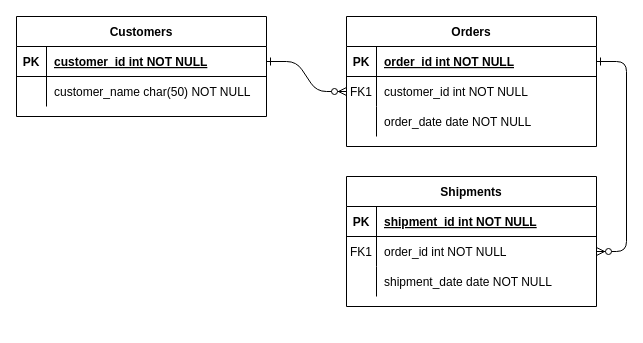
Before: Untitled Diagram.drawio in belabonga/Javascript-MVC-EJS-Postgres-DIY-Platform, a draw.io diagram. Source tidied: cells renumbered, new cells numbered last; positions are measured from the earlier drawing's top-left corner, leaving out a move shared by most shapes. Both pictures are drawn from the tidied source at 100%, with x=0, y=0 at pixel (16, 16).
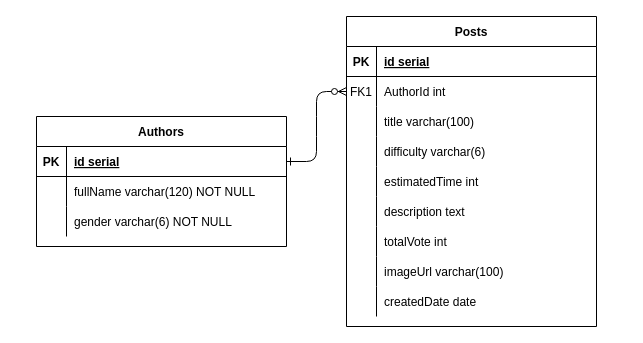
The same diagram, later.

Unchanged cells that the change refers to:
```xml
<mxCell id="5" style="shape=partialRectangle;fillColor=none;points=[[0,0.5],[1,0.5]];portConstraint=eastwest;top=0;left=0;right=0;bottom=1;" parent="4" vertex="1">
  <mxGeometry y="30" width="250" height="30" as="geometry" />
</mxCell>
<mxCell id="8" style="shape=partialRectangle;fillColor=none;points=[[0,0.5],[1,0.5]];portConstraint=eastwest;top=0;left=0;right=0;bottom=0;" parent="4" vertex="1">
  <mxGeometry y="60" width="250" height="30" as="geometry" />
</mxCell>
<mxCell id="11" style="shape=partialRectangle;fillColor=none;top=0;left=0;right=0;bottom=0;" parent="4" vertex="1">
  <mxGeometry y="90" width="250" height="30" as="geometry" />
</mxCell>
<mxCell id="25" style="shape=partialRectangle;fillColor=none;points=[[0,0.5],[1,0.5]];portConstraint=eastwest;top=0;left=0;right=0;bottom=1;" parent="24" vertex="1">
  <mxGeometry y="30" width="250" height="30" as="geometry" />
</mxCell>
<mxCell id="28" style="shape=partialRectangle;fillColor=none;top=0;left=0;right=0;bottom=0;" parent="24" vertex="1">
  <mxGeometry y="60" width="250" height="30" as="geometry" />
</mxCell>
```

What changed in the source:
```diff
@@
-    <mxCell id="3" style="edgeStyle=entityRelationEdgeStyle;endArrow=ERzeroToMany;startArrow=ERone;endFill=1;startFill=0;" parent="1" edge="1" source="5" target="18">
-      <mxGeometry relative="1" as="geometry" />
-    </mxCell>
-    <mxCell id="4" value="Orders" style="shape=table;startSize=30;childLayout=tableLayout;rowLines=0;fontStyle=1;align=center;" parent="1" vertex="1">
-      <mxGeometry x="330" width="250" height="130" as="geometry" />
+    <mxCell id="4" value="Posts" style="shape=table;startSize=30;childLayout=tableLayout;rowLines=0;fontStyle=1;align=center;" parent="1" vertex="1">
+      <mxGeometry x="330" width="250" height="310" as="geometry" />
     </mxCell>
@@
-    <mxCell id="7" value="order_id int NOT NULL " style="shape=partialRectangle;overflow=hidden;fillColor=none;top=0;left=0;bottom=0;right=0;align=left;spacingLeft=6;fontStyle=5;" parent="5" vertex="1">
+    <mxCell id="7" value="id serial" style="shape=partialRectangle;overflow=hidden;fillColor=none;top=0;left=0;bottom=0;right=0;align=left;spacingLeft=6;fontStyle=5;" parent="5" vertex="1">
       <mxGeometry x="30" width="220" height="30" as="geometry" />
     </mxCell>
@@
-    <mxCell id="10" value="customer_id int NOT NULL" style="shape=partialRectangle;overflow=hidden;fillColor=none;top=0;left=0;bottom=0;right=0;align=left;spacingLeft=6;" parent="8" vertex="1">
+    <mxCell id="10" value="AuthorId int" style="shape=partialRectangle;overflow=hidden;fillColor=none;top=0;left=0;bottom=0;right=0;align=left;spacingLeft=6;" parent="8" vertex="1">
       <mxGeometry x="30" width="220" height="30" as="geometry" />
     </mxCell>
@@
-    <mxCell id="13" value="order_date date NOT NULL" style="shape=partialRectangle;overflow=hidden;fillColor=none;top=0;left=0;bottom=0;right=0;align=left;spacingLeft=6;" parent="11" vertex="1">
+    <mxCell id="13" value="title varchar(100)" style="shape=partialRectangle;overflow=hidden;fillColor=none;top=0;left=0;bottom=0;right=0;align=left;spacingLeft=6;" parent="11" vertex="1">
       <mxGeometry x="30" width="220" height="30" as="geometry" />
     </mxCell>
-    <mxCell id="14" value="Shipments" style="shape=table;startSize=30;childLayout=tableLayout;rowLines=0;fontStyle=1;align=center;" parent="1" vertex="1">
-      <mxGeometry x="330" y="160" width="250" height="130" as="geometry" />
-    </mxCell>
-    <mxCell id="15" style="shape=partialRectangle;fillColor=none;top=0;left=0;right=0;bottom=1;" parent="14" vertex="1">
-      <mxGeometry y="30" width="250" height="30" as="geometry" />
-    </mxCell>
-    <mxCell id="16" value="PK" style="shape=partialRectangle;overflow=hidden;fillColor=none;top=0;left=0;bottom=0;right=0;fontStyle=1;" parent="15" vertex="1">
-      <mxGeometry width="30" height="30" as="geometry" />
-    </mxCell>
-    <mxCell id="17" value="shipment_id int NOT NULL " style="shape=partialRectangle;overflow=hidden;fillColor=none;top=0;left=0;bottom=0;right=0;align=left;spacingLeft=6;fontStyle=5;" parent="15" vertex="1">
-      <mxGeometry x="30" width="220" height="30" as="geometry" />
-    </mxCell>
-    <mxCell id="18" style="shape=partialRectangle;fillColor=none;points=[[0,0.5],[1,0.5]];portConstraint=eastwest;top=0;left=0;right=0;bottom=0;" parent="14" vertex="1">
-      <mxGeometry y="60" width="250" height="30" as="geometry" />
-    </mxCell>
-    <mxCell id="19" value="FK1" style="shape=partialRectangle;overflow=hidden;fillColor=none;top=0;left=0;bottom=0;right=0;" parent="18" vertex="1">
-      <mxGeometry width="30" height="30" as="geometry" />
-    </mxCell>
-    <mxCell id="20" value="order_id int NOT NULL" style="shape=partialRectangle;overflow=hidden;fillColor=none;top=0;left=0;bottom=0;right=0;align=left;spacingLeft=6;" parent="18" vertex="1">
-      <mxGeometry x="30" width="220" height="30" as="geometry" />
-    </mxCell>
-    <mxCell id="21" style="shape=partialRectangle;fillColor=none;top=0;left=0;right=0;bottom=0;" parent="14" vertex="1">
-      <mxGeometry y="90" width="250" height="30" as="geometry" />
-    </mxCell>
-    <mxCell id="22" style="shape=partialRectangle;overflow=hidden;fillColor=none;top=0;left=0;bottom=0;right=0;" parent="21" vertex="1">
-      <mxGeometry width="30" height="30" as="geometry" />
-    </mxCell>
-    <mxCell id="23" value="shipment_date date NOT NULL" style="shape=partialRectangle;overflow=hidden;fillColor=none;top=0;left=0;bottom=0;right=0;align=left;spacingLeft=6;" parent="21" vertex="1">
-      <mxGeometry x="30" width="220" height="30" as="geometry" />
-    </mxCell>
+    <mxCell id="31" style="shape=partialRectangle;fillColor=none;top=0;left=0;right=0;bottom=0;" parent="4" vertex="1">
+      <mxGeometry y="120" width="250" height="30" as="geometry" />
+    </mxCell>
+    <mxCell id="32" style="shape=partialRectangle;overflow=hidden;fillColor=none;top=0;left=0;bottom=0;right=0;" parent="31" vertex="1">
+      <mxGeometry width="30" height="30" as="geometry" />
+    </mxCell>
+    <mxCell id="33" value="difficulty varchar(6)" style="shape=partialRectangle;overflow=hidden;fillColor=none;top=0;left=0;bottom=0;right=0;align=left;spacingLeft=6;" parent="31" vertex="1">
+      <mxGeometry x="30" width="220" height="30" as="geometry" />
+    </mxCell>
+    <mxCell id="34" style="shape=partialRectangle;fillColor=none;top=0;left=0;right=0;bottom=0;" parent="4" vertex="1">
+      <mxGeometry y="150" width="250" height="30" as="geometry" />
+    </mxCell>
+    <mxCell id="35" style="shape=partialRectangle;overflow=hidden;fillColor=none;top=0;left=0;bottom=0;right=0;" parent="34" vertex="1">
+      <mxGeometry width="30" height="30" as="geometry" />
+    </mxCell>
+    <mxCell id="36" value="estimatedTime int" style="shape=partialRectangle;overflow=hidden;fillColor=none;top=0;left=0;bottom=0;right=0;align=left;spacingLeft=6;" parent="34" vertex="1">
+      <mxGeometry x="30" width="220" height="30" as="geometry" />
+    </mxCell>
+    <mxCell id="37" style="shape=partialRectangle;fillColor=none;top=0;left=0;right=0;bottom=0;" parent="4" vertex="1">
+      <mxGeometry y="180" width="250" height="30" as="geometry" />
+    </mxCell>
+    <mxCell id="38" style="shape=partialRectangle;overflow=hidden;fillColor=none;top=0;left=0;bottom=0;right=0;" parent="37" vertex="1">
+      <mxGeometry width="30" height="30" as="geometry" />
+    </mxCell>
+    <mxCell id="39" value="description text" style="shape=partialRectangle;overflow=hidden;fillColor=none;top=0;left=0;bottom=0;right=0;align=left;spacingLeft=6;" parent="37" vertex="1">
+      <mxGeometry x="30" width="220" height="30" as="geometry" />
+    </mxCell>
+    <mxCell id="40" style="shape=partialRectangle;fillColor=none;top=0;left=0;right=0;bottom=0;" parent="4" vertex="1">
+      <mxGeometry y="210" width="250" height="30" as="geometry" />
+    </mxCell>
+    <mxCell id="41" style="shape=partialRectangle;overflow=hidden;fillColor=none;top=0;left=0;bottom=0;right=0;" parent="40" vertex="1">
+      <mxGeometry width="30" height="30" as="geometry" />
+    </mxCell>
+    <mxCell id="42" value="totalVote int" style="shape=partialRectangle;overflow=hidden;fillColor=none;top=0;left=0;bottom=0;right=0;align=left;spacingLeft=6;" parent="40" vertex="1">
+      <mxGeometry x="30" width="220" height="30" as="geometry" />
+    </mxCell>
+    <mxCell id="43" style="shape=partialRectangle;fillColor=none;top=0;left=0;right=0;bottom=0;" parent="4" vertex="1">
+      <mxGeometry y="240" width="250" height="30" as="geometry" />
+    </mxCell>
+    <mxCell id="44" style="shape=partialRectangle;overflow=hidden;fillColor=none;top=0;left=0;bottom=0;right=0;" parent="43" vertex="1">
+      <mxGeometry width="30" height="30" as="geometry" />
+    </mxCell>
+    <mxCell id="45" value="imageUrl varchar(100)" style="shape=partialRectangle;overflow=hidden;fillColor=none;top=0;left=0;bottom=0;right=0;align=left;spacingLeft=6;" parent="43" vertex="1">
+      <mxGeometry x="30" width="220" height="30" as="geometry" />
+    </mxCell>
+    <mxCell id="46" style="shape=partialRectangle;fillColor=none;top=0;left=0;right=0;bottom=0;" parent="4" vertex="1">
+      <mxGeometry y="270" width="250" height="30" as="geometry" />
+    </mxCell>
+    <mxCell id="47" style="shape=partialRectangle;overflow=hidden;fillColor=none;top=0;left=0;bottom=0;right=0;" parent="46" vertex="1">
+      <mxGeometry width="30" height="30" as="geometry" />
+    </mxCell>
+    <mxCell id="48" value="createdDate date" style="shape=partialRectangle;overflow=hidden;fillColor=none;top=0;left=0;bottom=0;right=0;align=left;spacingLeft=6;" parent="46" vertex="1">
+      <mxGeometry x="30" width="220" height="30" as="geometry" />
+    </mxCell>
-    <mxCell id="24" value="Customers" style="shape=table;startSize=30;childLayout=tableLayout;rowLines=0;fontStyle=1;align=center;" parent="1" vertex="1">
-      <mxGeometry width="250" height="100" as="geometry" />
+    <mxCell id="24" value="Authors" style="shape=table;startSize=30;childLayout=tableLayout;rowLines=0;fontStyle=1;align=center;" parent="1" vertex="1">
+      <mxGeometry x="20" y="100" width="250" height="130" as="geometry" />
     </mxCell>
@@
-    <mxCell id="27" value="customer_id int NOT NULL " style="shape=partialRectangle;overflow=hidden;fillColor=none;top=0;left=0;bottom=0;right=0;align=left;spacingLeft=6;fontStyle=5;" parent="25" vertex="1">
+    <mxCell id="27" value="id serial" style="shape=partialRectangle;overflow=hidden;fillColor=none;top=0;left=0;bottom=0;right=0;align=left;spacingLeft=6;fontStyle=5;" parent="25" vertex="1">
       <mxGeometry x="30" width="220" height="30" as="geometry" />
     </mxCell>
@@
-    <mxCell id="30" value="customer_name char(50) NOT NULL" style="shape=partialRectangle;overflow=hidden;fillColor=none;top=0;left=0;bottom=0;right=0;align=left;spacingLeft=6;" parent="28" vertex="1">
+    <mxCell id="30" value="fullName varchar(120) NOT NULL" style="shape=partialRectangle;overflow=hidden;fillColor=none;top=0;left=0;bottom=0;right=0;align=left;spacingLeft=6;" parent="28" vertex="1">
       <mxGeometry x="30" width="220" height="30" as="geometry" />
     </mxCell>
+    <mxCell id="21" style="shape=partialRectangle;fillColor=none;top=0;left=0;right=0;bottom=0;" parent="24" vertex="1">
+      <mxGeometry y="90" width="250" height="30" as="geometry" />
+    </mxCell>
+    <mxCell id="49" style="shape=partialRectangle;overflow=hidden;fillColor=none;top=0;left=0;bottom=0;right=0;" parent="21" vertex="1">
+      <mxGeometry width="30" height="30" as="geometry" />
+    </mxCell>
+    <mxCell id="50" value="gender varchar(6) NOT NULL" style="shape=partialRectangle;overflow=hidden;fillColor=none;top=0;left=0;bottom=0;right=0;align=left;spacingLeft=6;" parent="21" vertex="1">
+      <mxGeometry x="30" width="220" height="30" as="geometry" />
+    </mxCell>
```
